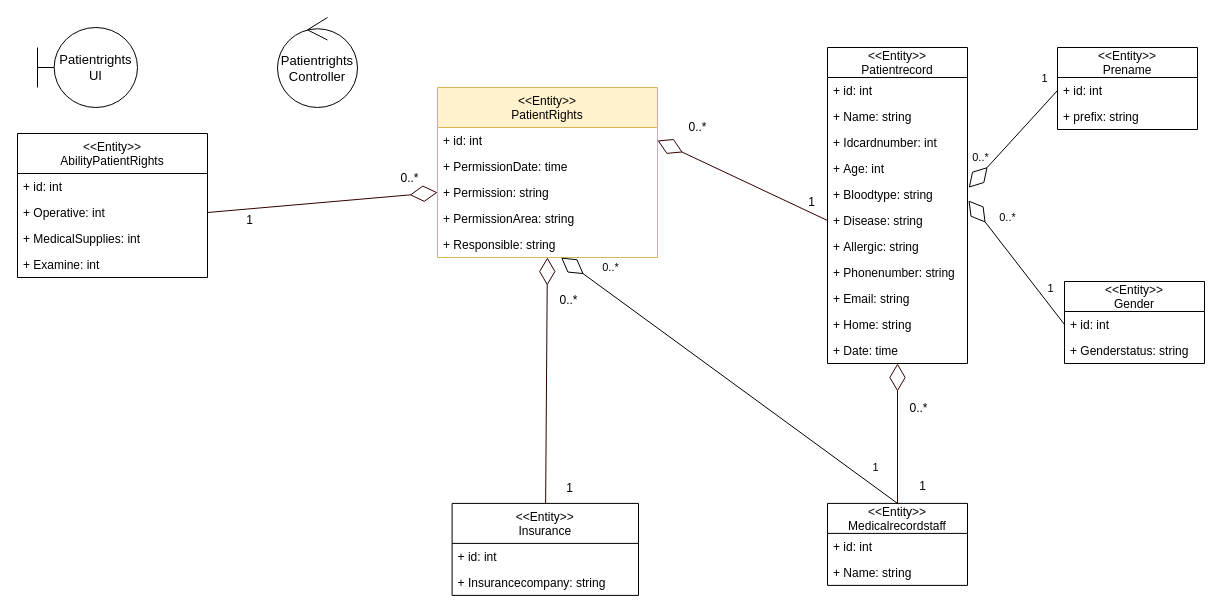
Above: page "Class Diagram ( ทั้ง Entity, Boundary, Control" (2 of 5) of draw_io/b6103866-1.drawio in sut63/team10 (draw.io), before the change. Source tidied: cells renumbered, new cells numbered last; positions are measured from the earlier drawing's top-left corner, leaving out a move shared by most shapes. Both pictures are drawn from the tidied source at 100%, with x=0, y=0 at pixel (17, 17).
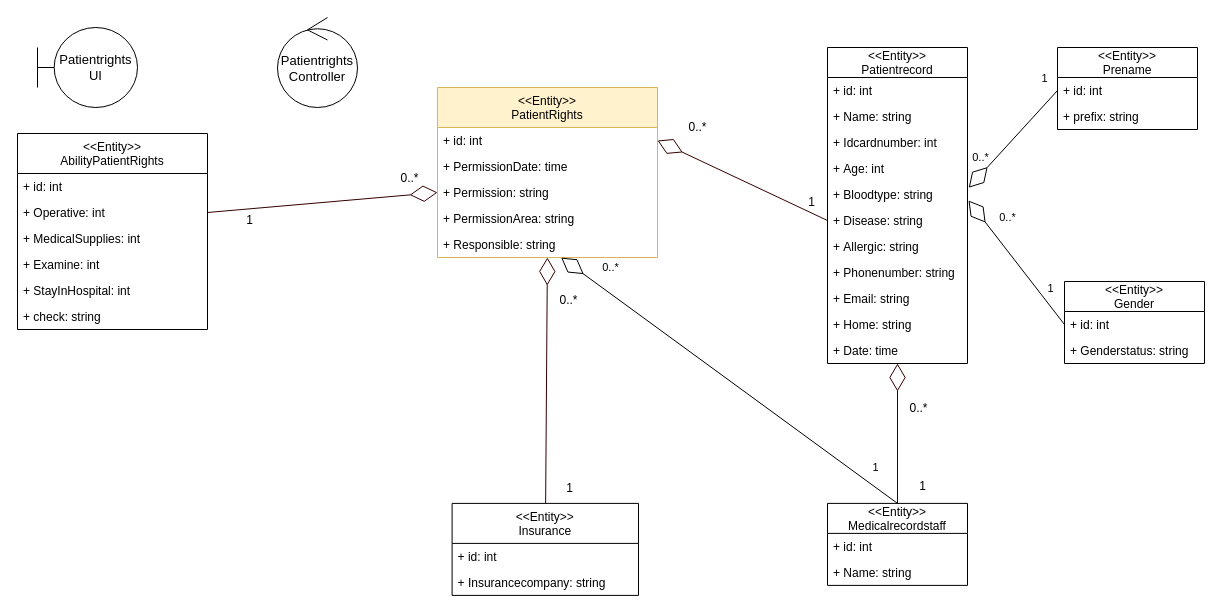
Above is the later version.

Change to the diagram source:
```diff
@@
     <mxCell id="16" value="&lt;&lt;Entity&gt;&gt;&#10;AbilityPatientRights" style="swimlane;fontStyle=0;horizontal=1;startSize=40;fillColor=none;" parent="1" vertex="1">
-      <mxGeometry y="116" width="190" height="144" as="geometry" />
+      <mxGeometry y="116" width="190" height="196" as="geometry" />
     </mxCell>
@@
+    <mxCell id="60" value="+ StayInHospital: int" style="text;strokeColor=none;fillColor=none;align=left;verticalAlign=top;spacingLeft=4;spacingRight=4;overflow=hidden;" parent="16" vertex="1">
+      <mxGeometry y="144" width="190" height="26" as="geometry" />
+    </mxCell>
+    <mxCell id="61" value="+ check: string" style="text;strokeColor=none;fillColor=none;align=left;verticalAlign=top;spacingLeft=4;spacingRight=4;overflow=hidden;" parent="16" vertex="1">
+      <mxGeometry y="170" width="190" height="26" as="geometry" />
+    </mxCell>
```
